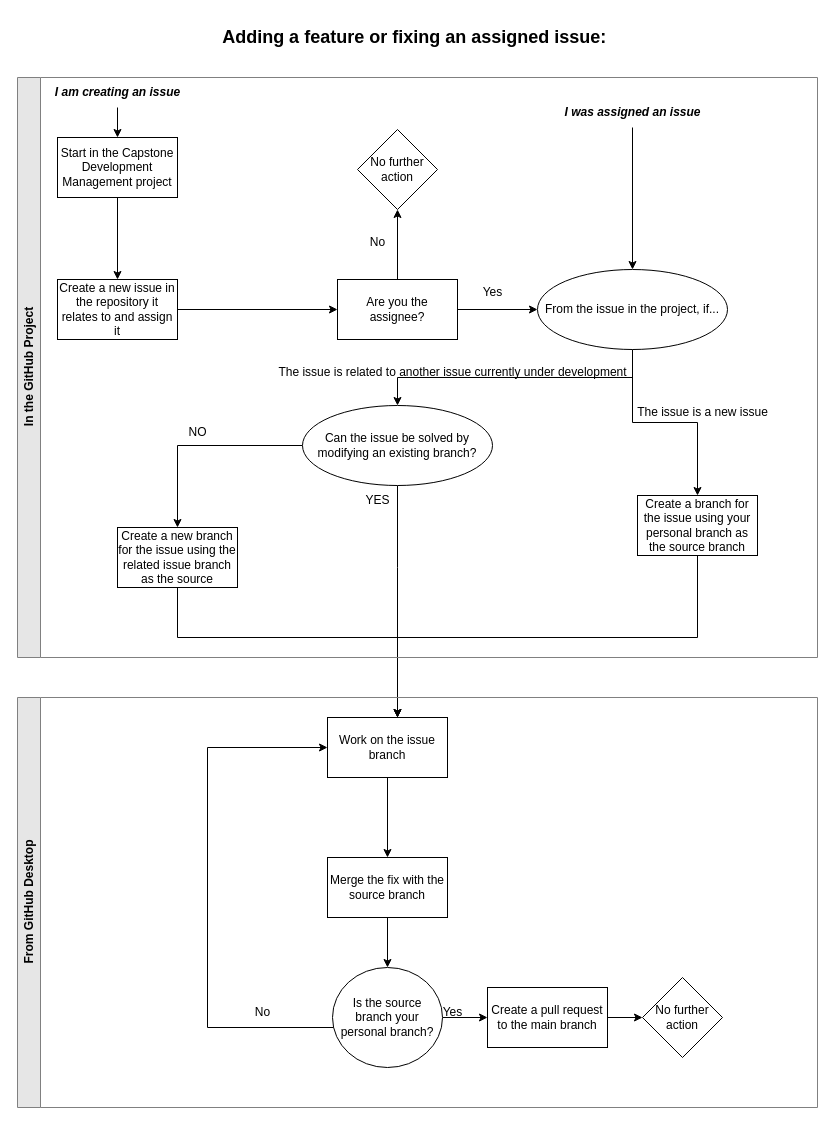
This is workflows/Basic git workflow.drawio from flora-comms/flora-docs, a draw.io file, before an edit. Source tidied: cells renumbered, new cells numbered last; positions are measured from the earlier drawing's top-left corner, leaving out a move shared by most shapes. Both pictures are drawn from the tidied source at 100%, with x=0, y=0 at pixel (17, 17).
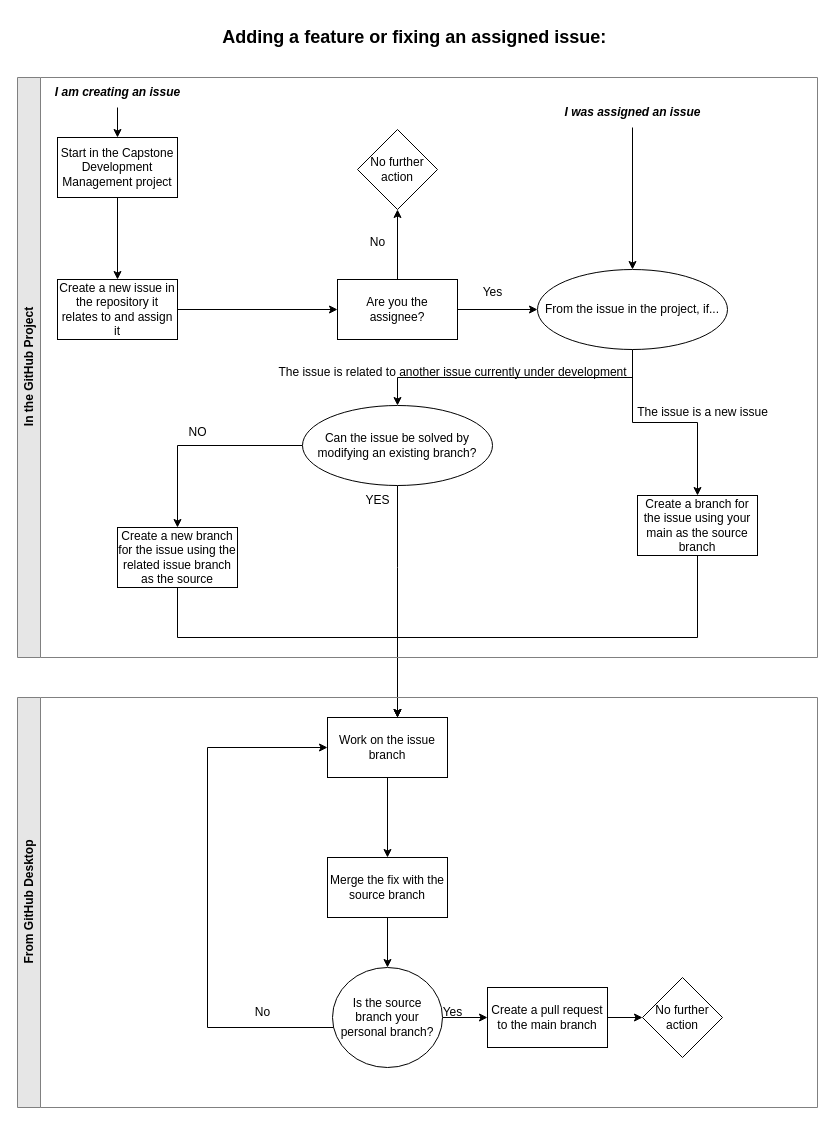
The same diagram, later.

Change to the diagram source:
```diff
@@
-    <mxCell id="18" value="Create a branch for the issue using your personal branch as the source branch" style="whiteSpace=wrap;html=1;" parent="1" vertex="1">
+    <mxCell id="18" value="Create a branch for the issue using your main&lt;span style=&quot;background-color: initial;&quot;&gt;&amp;nbsp;as the source branch&lt;/span&gt;" style="whiteSpace=wrap;html=1;" parent="1" vertex="1">
       <mxGeometry x="620" y="478" width="120" height="60" as="geometry" />
     </mxCell>
```
